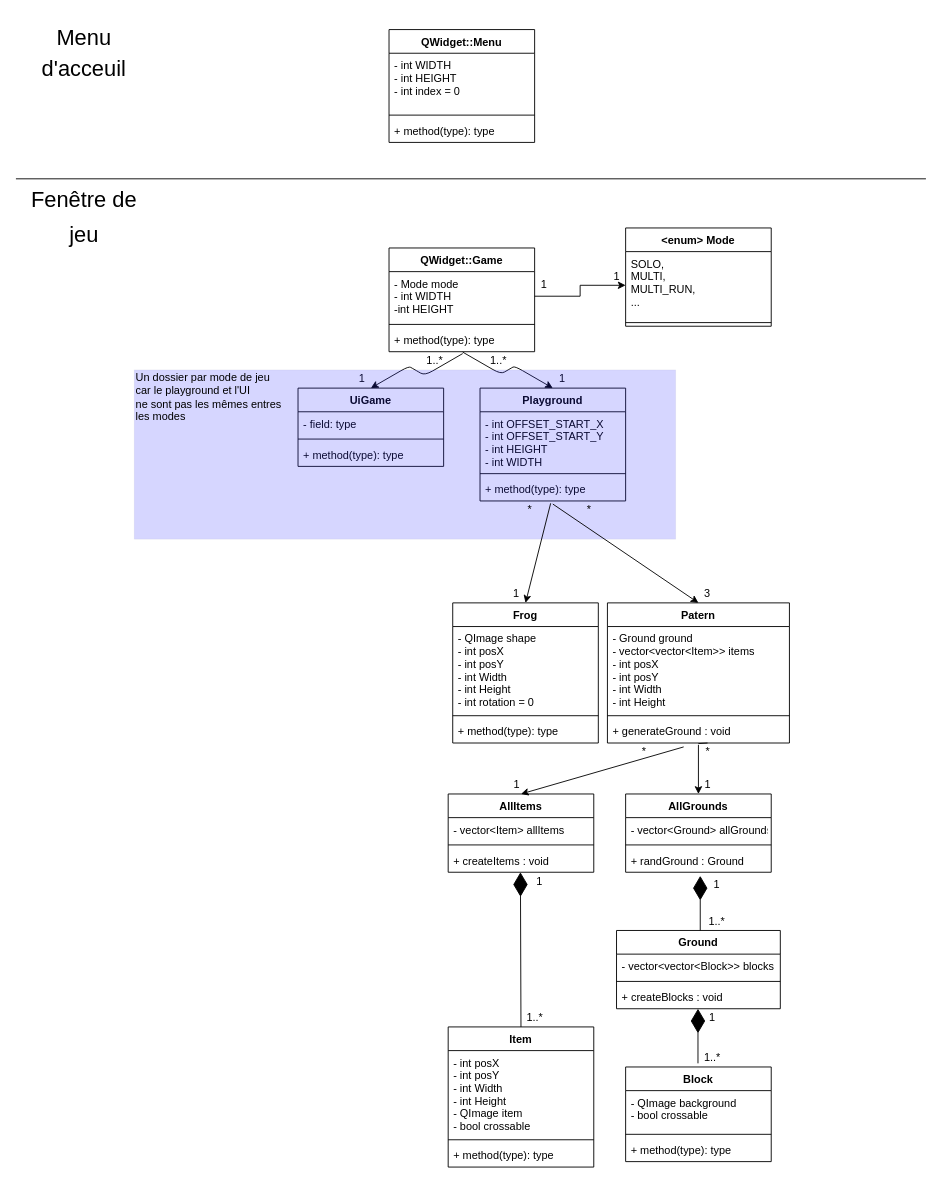
Luideo/crossy-frog keeps this draw.io diagram as DIAGRAMME/CrossyFrog.drawio. Above is the earlier version. Source tidied: cells renumbered, new cells numbered last; positions are measured from the earlier drawing's top-left corner, leaving out a move shared by most shapes. Both pictures are drawn from the tidied source at 91%, with x=0, y=0 at pixel (15, 29).
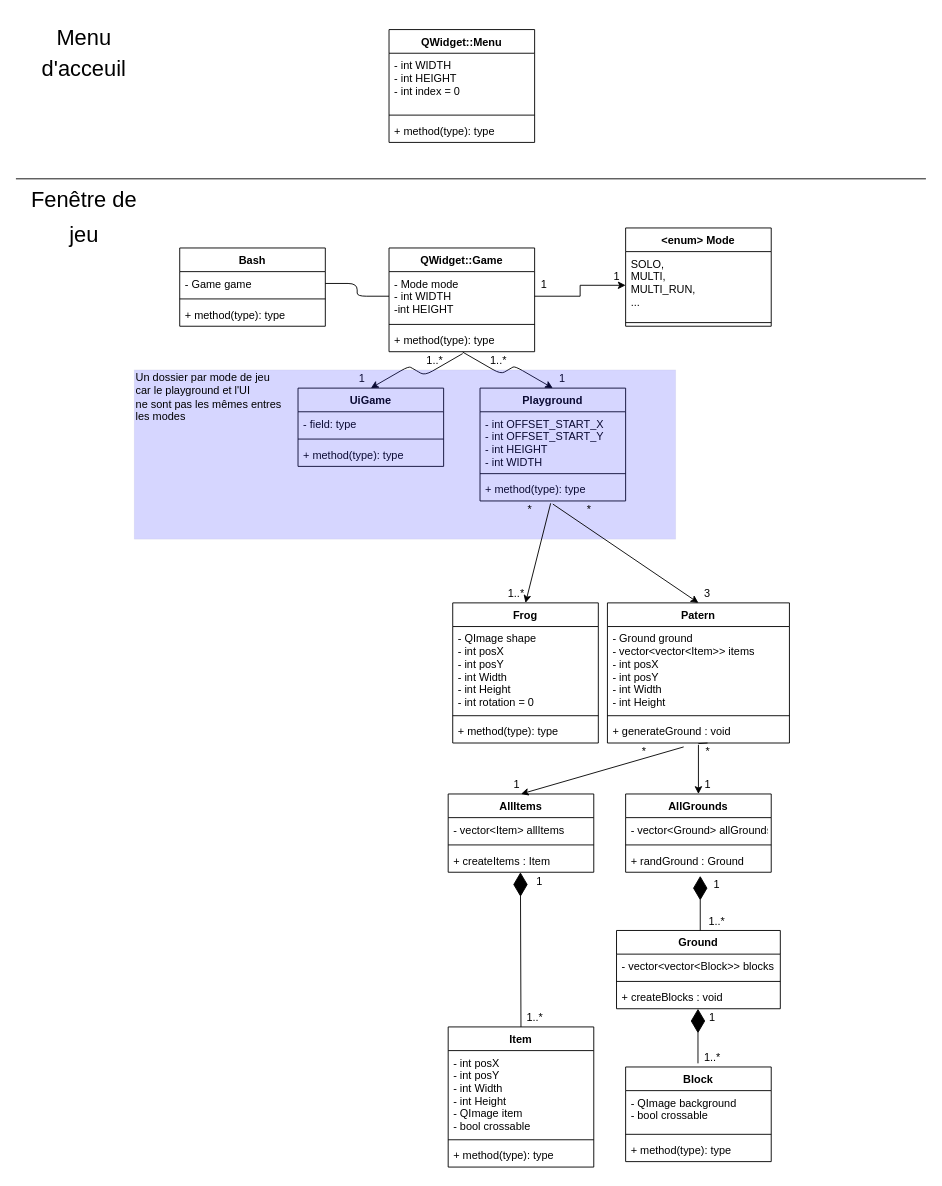
Above is the later version.

Unchanged cells that the change refers to:
```xml
<mxCell id="7" value="- Mode mode&#10;- int WIDTH&#10;-int HEIGHT" style="text;strokeColor=none;fillColor=none;align=left;verticalAlign=top;spacingLeft=4;spacingRight=4;overflow=hidden;points=[[0,0.5],[1,0.5]];portConstraint=eastwest;" parent="6" vertex="1">
  <mxGeometry y="26" width="160" height="54" as="geometry" />
</mxCell>
<mxCell id="75" value="AllItems" style="swimlane;fontStyle=1;align=center;verticalAlign=top;horizontal=1;startSize=26;strokeColor=#000000;fillColor=#FFFFFF;" parent="1" vertex="1">
  <mxGeometry x="475" y="840" width="160" height="86" as="geometry" />
</mxCell>
```

Diff of the diagram source:
```diff
@@
-    <mxCell id="48" value="1" style="text;html=1;strokeColor=none;fillColor=none;align=center;verticalAlign=middle;whiteSpace=wrap;rounded=0;" parent="1" vertex="1">
+    <mxCell id="48" value="1..*" style="text;html=1;strokeColor=none;fillColor=none;align=center;verticalAlign=middle;whiteSpace=wrap;rounded=0;" parent="1" vertex="1">
       <mxGeometry x="530" y="610" width="40" height="20" as="geometry" />
     </mxCell>
@@
-    <mxCell id="78" value="+ createItems : void" style="text;strokeColor=none;fillColor=none;align=left;verticalAlign=top;spacingLeft=4;spacingRight=4;overflow=hidden;" parent="75" vertex="1">
+    <mxCell id="78" value="+ createItems : Item" style="text;strokeColor=none;fillColor=none;align=left;verticalAlign=top;spacingLeft=4;spacingRight=4;overflow=hidden;" parent="75" vertex="1">
       <mxGeometry y="60" width="160" height="26" as="geometry" />
     </mxCell>
@@
+    <mxCell id="85" value="Bash" style="swimlane;fontStyle=1;align=center;verticalAlign=top;horizontal=1;startSize=26;" parent="1" vertex="1">
+      <mxGeometry x="180" y="240" width="160" height="86" as="geometry" />
+    </mxCell>
+    <mxCell id="86" value="- Game game" style="text;strokeColor=none;fillColor=none;align=left;verticalAlign=top;spacingLeft=4;spacingRight=4;overflow=hidden;points=[[0,0.5],[1,0.5]];portConstraint=eastwest;" parent="85" vertex="1">
+      <mxGeometry y="26" width="160" height="26" as="geometry" />
+    </mxCell>
+    <mxCell id="87" style="line;strokeWidth=1;fillColor=none;align=left;verticalAlign=middle;spacingTop=-1;spacingLeft=3;spacingRight=3;labelPosition=right;" parent="85" vertex="1">
+      <mxGeometry y="52" width="160" height="8" as="geometry" />
+    </mxCell>
+    <mxCell id="88" value="+ method(type): type" style="text;strokeColor=none;fillColor=none;align=left;verticalAlign=top;spacingLeft=4;spacingRight=4;overflow=hidden;" parent="85" vertex="1">
+      <mxGeometry y="60" width="160" height="26" as="geometry" />
+    </mxCell>
+    <mxCell id="89" style="endArrow=none;html=1;edgeStyle=orthogonalEdgeStyle;exitX=1;exitY=0.5;exitDx=0;exitDy=0;entryX=0;entryY=0.5;entryDx=0;entryDy=0;" parent="1" edge="1" source="86" target="7">
+      <mxGeometry relative="1" as="geometry" />
+    </mxCell>
```
